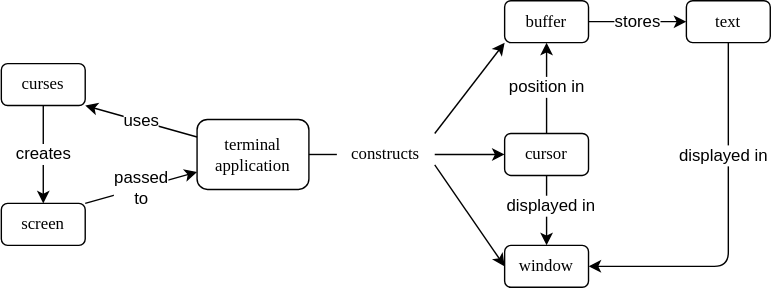
Above: docs/viewer/concept_map.svg in gvwilson/sdxpy (draw.io), before the change. Source tidied: cells renumbered, new cells last; positions are measured from the earlier drawing's top-left corner, leaving out a move shared by most shapes.
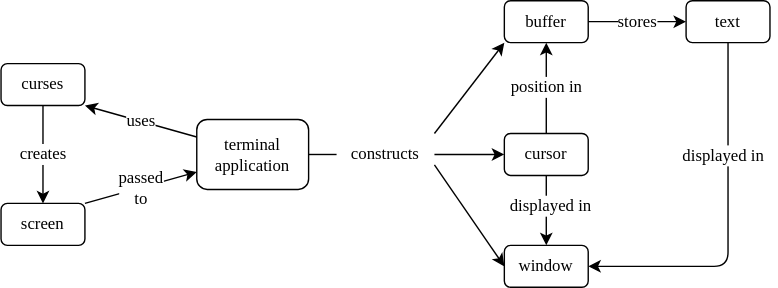
After the change.

What changed in the source:
```diff
@@ -2,71 +2,71 @@
   <root>
     <mxCell id="0" />
     <mxCell id="1" parent="0" />
-    <mxCell id="2" value="terminal&lt;br&gt;application" style="rounded=1;whiteSpace=wrap;html=1;fillColor=none;fontFamily=Verdana;" parent="1" vertex="1">
+    <mxCell id="2" value="terminal&lt;br style=&quot;font-size: 12px;&quot;&gt;application" style="rounded=1;whiteSpace=wrap;html=1;fillColor=none;fontFamily=Verdana;fontSize=12;" parent="1" vertex="1">
       <mxGeometry x="140" y="85" width="80" height="50" as="geometry" />
     </mxCell>
-    <mxCell id="3" value="buffer" style="rounded=1;whiteSpace=wrap;html=1;fillColor=none;fontFamily=Verdana;" parent="1" vertex="1">
+    <mxCell id="3" value="buffer" style="rounded=1;whiteSpace=wrap;html=1;fillColor=none;fontFamily=Verdana;fontSize=12;" parent="1" vertex="1">
       <mxGeometry x="360" width="60" height="30" as="geometry" />
     </mxCell>
-    <mxCell id="4" value="cursor" style="rounded=1;whiteSpace=wrap;html=1;fillColor=none;fontFamily=Verdana;" parent="1" vertex="1">
+    <mxCell id="4" value="cursor" style="rounded=1;whiteSpace=wrap;html=1;fillColor=none;fontFamily=Verdana;fontSize=12;" parent="1" vertex="1">
       <mxGeometry x="360" y="95" width="60" height="30" as="geometry" />
     </mxCell>
-    <mxCell id="5" value="window" style="rounded=1;whiteSpace=wrap;html=1;fillColor=none;fontFamily=Verdana;" parent="1" vertex="1">
+    <mxCell id="5" value="window" style="rounded=1;whiteSpace=wrap;html=1;fillColor=none;fontFamily=Verdana;fontSize=12;" parent="1" vertex="1">
       <mxGeometry x="360" y="175" width="60" height="30" as="geometry" />
     </mxCell>
-    <mxCell id="6" value="constructs" style="text;html=1;strokeColor=none;fillColor=none;align=center;verticalAlign=middle;whiteSpace=wrap;rounded=0;fontFamily=Verdana;" parent="1" vertex="1">
+    <mxCell id="6" value="constructs" style="text;html=1;strokeColor=none;fillColor=none;align=center;verticalAlign=middle;whiteSpace=wrap;rounded=0;fontFamily=Verdana;fontSize=12;" parent="1" vertex="1">
       <mxGeometry x="240" y="95" width="70" height="30" as="geometry" />
     </mxCell>
-    <mxCell id="7" style="endArrow=none;html=1;rounded=0;entryX=0;entryY=0.5;entryDx=0;entryDy=0;exitX=1;exitY=0.5;exitDx=0;exitDy=0;" parent="1" edge="1" source="2" target="6">
+    <mxCell id="7" style="endArrow=none;html=1;rounded=0;entryX=0;entryY=0.5;entryDx=0;entryDy=0;exitX=1;exitY=0.5;exitDx=0;exitDy=0;fontFamily=Verdana;fontSize=12;" parent="1" edge="1" source="2" target="6">
       <mxGeometry relative="1" as="geometry" />
     </mxCell>
-    <mxCell id="8" style="endArrow=classic;html=1;rounded=0;entryX=0;entryY=0.5;entryDx=0;entryDy=0;exitX=1;exitY=0.5;exitDx=0;exitDy=0;" parent="1" edge="1" source="6" target="4">
+    <mxCell id="8" style="endArrow=classic;html=1;rounded=0;entryX=0;entryY=0.5;entryDx=0;entryDy=0;exitX=1;exitY=0.5;exitDx=0;exitDy=0;fontFamily=Verdana;fontSize=12;" parent="1" edge="1" source="6" target="4">
       <mxGeometry relative="1" as="geometry" />
     </mxCell>
-    <mxCell id="9" style="endArrow=classic;html=1;rounded=0;entryX=0;entryY=1;entryDx=0;entryDy=0;exitX=1;exitY=0;exitDx=0;exitDy=0;" parent="1" edge="1" source="6" target="3">
+    <mxCell id="9" style="endArrow=classic;html=1;rounded=0;entryX=0;entryY=1;entryDx=0;entryDy=0;exitX=1;exitY=0;exitDx=0;exitDy=0;fontFamily=Verdana;fontSize=12;" parent="1" edge="1" source="6" target="3">
       <mxGeometry relative="1" as="geometry" />
     </mxCell>
-    <mxCell id="10" style="endArrow=classic;html=1;rounded=0;entryX=0;entryY=0.5;entryDx=0;entryDy=0;exitX=1;exitY=0.75;exitDx=0;exitDy=0;" parent="1" edge="1" source="6" target="5">
+    <mxCell id="10" style="endArrow=classic;html=1;rounded=0;entryX=0;entryY=0.5;entryDx=0;entryDy=0;exitX=1;exitY=0.75;exitDx=0;exitDy=0;fontFamily=Verdana;fontSize=12;" parent="1" edge="1" source="6" target="5">
       <mxGeometry relative="1" as="geometry" />
     </mxCell>
-    <mxCell id="11" value="curses" style="rounded=1;whiteSpace=wrap;html=1;fillColor=none;fontFamily=Verdana;" parent="1" vertex="1">
+    <mxCell id="11" value="curses" style="rounded=1;whiteSpace=wrap;html=1;fillColor=none;fontFamily=Verdana;fontSize=12;" parent="1" vertex="1">
       <mxGeometry y="45" width="60" height="30" as="geometry" />
     </mxCell>
-    <mxCell id="12" value="&lt;font style=&quot;font-size: 12px;&quot;&gt;uses&lt;/font&gt;" style="endArrow=classic;html=1;rounded=0;entryX=1;entryY=1;entryDx=0;entryDy=0;exitX=0;exitY=0.25;exitDx=0;exitDy=0;" parent="1" edge="1" source="2" target="11">
+    <mxCell id="12" value="&lt;font style=&quot;font-size: 12px;&quot;&gt;uses&lt;/font&gt;" style="endArrow=classic;html=1;rounded=0;entryX=1;entryY=1;entryDx=0;entryDy=0;exitX=0;exitY=0.25;exitDx=0;exitDy=0;fontFamily=Verdana;fontSize=12;" parent="1" edge="1" source="2" target="11">
       <mxGeometry relative="1" as="geometry" />
     </mxCell>
-    <mxCell id="13" value="screen" style="rounded=1;whiteSpace=wrap;html=1;fillColor=none;fontFamily=Verdana;" parent="1" vertex="1">
+    <mxCell id="13" value="screen" style="rounded=1;whiteSpace=wrap;html=1;fillColor=none;fontFamily=Verdana;fontSize=12;" parent="1" vertex="1">
       <mxGeometry y="145" width="60" height="30" as="geometry" />
     </mxCell>
-    <mxCell id="14" value="&lt;font style=&quot;font-size: 12px;&quot;&gt;creates&lt;/font&gt;" style="endArrow=classic;html=1;rounded=0;exitX=0.5;exitY=1;exitDx=0;exitDy=0;entryX=0.5;entryY=0;entryDx=0;entryDy=0;" parent="1" edge="1" source="11" target="13">
+    <mxCell id="14" value="&lt;font style=&quot;font-size: 12px;&quot;&gt;creates&lt;/font&gt;" style="endArrow=classic;html=1;rounded=0;exitX=0.5;exitY=1;exitDx=0;exitDy=0;entryX=0.5;entryY=0;entryDx=0;entryDy=0;fontFamily=Verdana;fontSize=12;" parent="1" edge="1" source="11" target="13">
       <mxGeometry relative="1" as="geometry" />
     </mxCell>
-    <mxCell id="15" value="&lt;font style=&quot;font-size: 12px;&quot;&gt;passed&lt;br&gt;to&lt;/font&gt;" style="endArrow=classic;html=1;rounded=0;exitX=1;exitY=0;exitDx=0;exitDy=0;entryX=0;entryY=0.75;entryDx=0;entryDy=0;" parent="1" edge="1" source="13" target="2">
+    <mxCell id="15" value="&lt;font style=&quot;font-size: 12px;&quot;&gt;passed&lt;br style=&quot;font-size: 12px;&quot;&gt;to&lt;/font&gt;" style="endArrow=classic;html=1;rounded=0;exitX=1;exitY=0;exitDx=0;exitDy=0;entryX=0;entryY=0.75;entryDx=0;entryDy=0;fontFamily=Verdana;fontSize=12;" parent="1" edge="1" source="13" target="2">
       <mxGeometry relative="1" as="geometry" />
     </mxCell>
-    <mxCell id="16" value="text" style="rounded=1;whiteSpace=wrap;html=1;fillColor=none;fontFamily=Verdana;" parent="1" vertex="1">
+    <mxCell id="16" value="text" style="rounded=1;whiteSpace=wrap;html=1;fillColor=none;fontFamily=Verdana;fontSize=12;" parent="1" vertex="1">
       <mxGeometry x="490" width="60" height="30" as="geometry" />
     </mxCell>
-    <mxCell id="17" value="&lt;font style=&quot;font-size: 12px;&quot;&gt;stores&lt;/font&gt;" style="endArrow=classic;html=1;rounded=0;entryX=0;entryY=0.5;entryDx=0;entryDy=0;exitX=1;exitY=0.5;exitDx=0;exitDy=0;" parent="1" edge="1" source="3" target="16">
+    <mxCell id="17" value="&lt;font style=&quot;font-size: 12px;&quot;&gt;stores&lt;/font&gt;" style="endArrow=classic;html=1;rounded=0;entryX=0;entryY=0.5;entryDx=0;entryDy=0;exitX=1;exitY=0.5;exitDx=0;exitDy=0;fontFamily=Verdana;fontSize=12;" parent="1" edge="1" source="3" target="16">
       <mxGeometry relative="1" as="geometry" />
     </mxCell>
-    <mxCell id="18" value="&lt;font style=&quot;font-size: 12px;&quot;&gt;position in&lt;/font&gt;" style="endArrow=classic;html=1;rounded=0;entryX=0.5;entryY=1;entryDx=0;entryDy=0;exitX=0.5;exitY=0;exitDx=0;exitDy=0;" parent="1" edge="1" source="4" target="3">
+    <mxCell id="18" value="&lt;font style=&quot;font-size: 12px;&quot;&gt;position in&lt;/font&gt;" style="endArrow=classic;html=1;rounded=0;entryX=0.5;entryY=1;entryDx=0;entryDy=0;exitX=0.5;exitY=0;exitDx=0;exitDy=0;fontFamily=Verdana;fontSize=12;" parent="1" edge="1" source="4" target="3">
       <mxGeometry relative="1" as="geometry" />
     </mxCell>
-    <mxCell id="19" style="endArrow=classic;html=1;rounded=0;entryX=0.5;entryY=0;entryDx=0;entryDy=0;exitX=0.5;exitY=1;exitDx=0;exitDy=0;" parent="1" edge="1" source="4" target="5">
+    <mxCell id="19" style="endArrow=classic;html=1;rounded=0;entryX=0.5;entryY=0;entryDx=0;entryDy=0;exitX=0.5;exitY=1;exitDx=0;exitDy=0;fontFamily=Verdana;fontSize=12;" parent="1" edge="1" source="4" target="5">
       <mxGeometry relative="1" as="geometry" />
     </mxCell>
-    <mxCell id="20" value="&lt;font style=&quot;font-size: 12px;&quot;&gt;displayed in&lt;/font&gt;" style="edgeLabel;html=1;align=center;verticalAlign=middle;" parent="19" vertex="1">
+    <mxCell id="20" value="&lt;font style=&quot;font-size: 12px;&quot;&gt;displayed in&lt;/font&gt;" style="edgeLabel;html=1;align=center;verticalAlign=middle;fontFamily=Verdana;fontSize=12;" parent="19" vertex="1">
       <mxGeometry x="-0.16" y="2" relative="1" as="geometry" />
     </mxCell>
-    <mxCell id="21" style="endArrow=classic;html=1;rounded=1;entryX=1;entryY=0.5;entryDx=0;entryDy=0;exitX=0.5;exitY=1;exitDx=0;exitDy=0;" parent="1" edge="1" source="16" target="5">
+    <mxCell id="21" style="endArrow=classic;html=1;rounded=1;entryX=1;entryY=0.5;entryDx=0;entryDy=0;exitX=0.5;exitY=1;exitDx=0;exitDy=0;fontFamily=Verdana;fontSize=12;" parent="1" edge="1" source="16" target="5">
       <mxGeometry relative="1" as="geometry">
         <Array as="points">
           <mxPoint x="520" y="190" />
         </Array>
       </mxGeometry>
     </mxCell>
-    <mxCell id="22" value="&lt;font style=&quot;font-size: 12px;&quot;&gt;displayed in&amp;nbsp;&lt;/font&gt;" style="edgeLabel;html=1;align=center;verticalAlign=middle;" parent="21" vertex="1">
+    <mxCell id="22" value="&lt;font style=&quot;font-size: 12px;&quot;&gt;displayed in&amp;nbsp;&lt;/font&gt;" style="edgeLabel;html=1;align=center;verticalAlign=middle;fontFamily=Verdana;fontSize=12;" parent="21" vertex="1">
       <mxGeometry x="-0.38" y="-3" relative="1" as="geometry" />
     </mxCell>
   </root>
```
